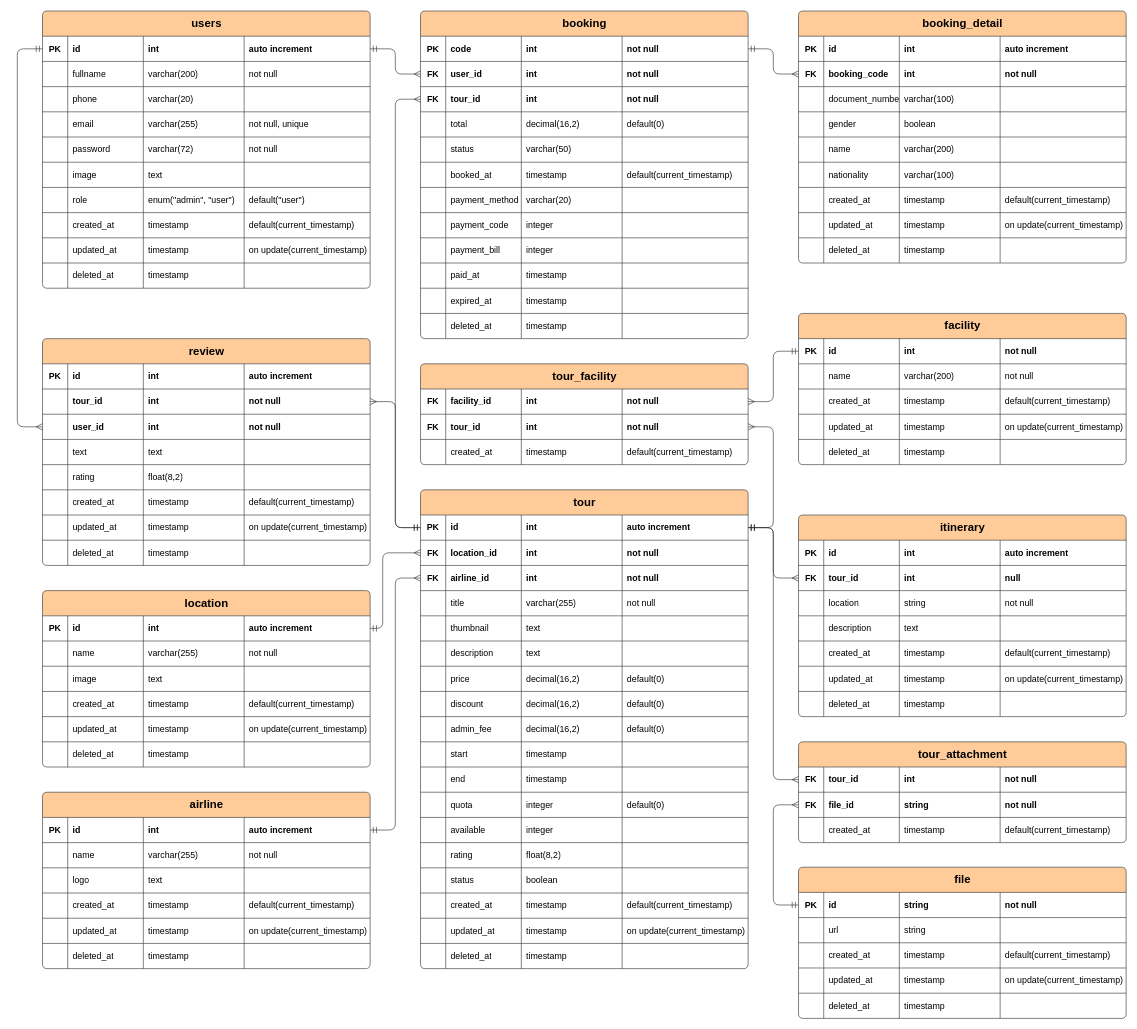
Earlier version of the draw.io diagram docs/erd.drawio (Wanderer-Asia/Wanderer-BE). Source tidied: cells renumbered, new cells numbered last; positions are measured from the earlier drawing's top-left corner, leaving out a move shared by most shapes. Both pictures are drawn from the tidied source at 63%, with x=0, y=0 at pixel (17, 11).
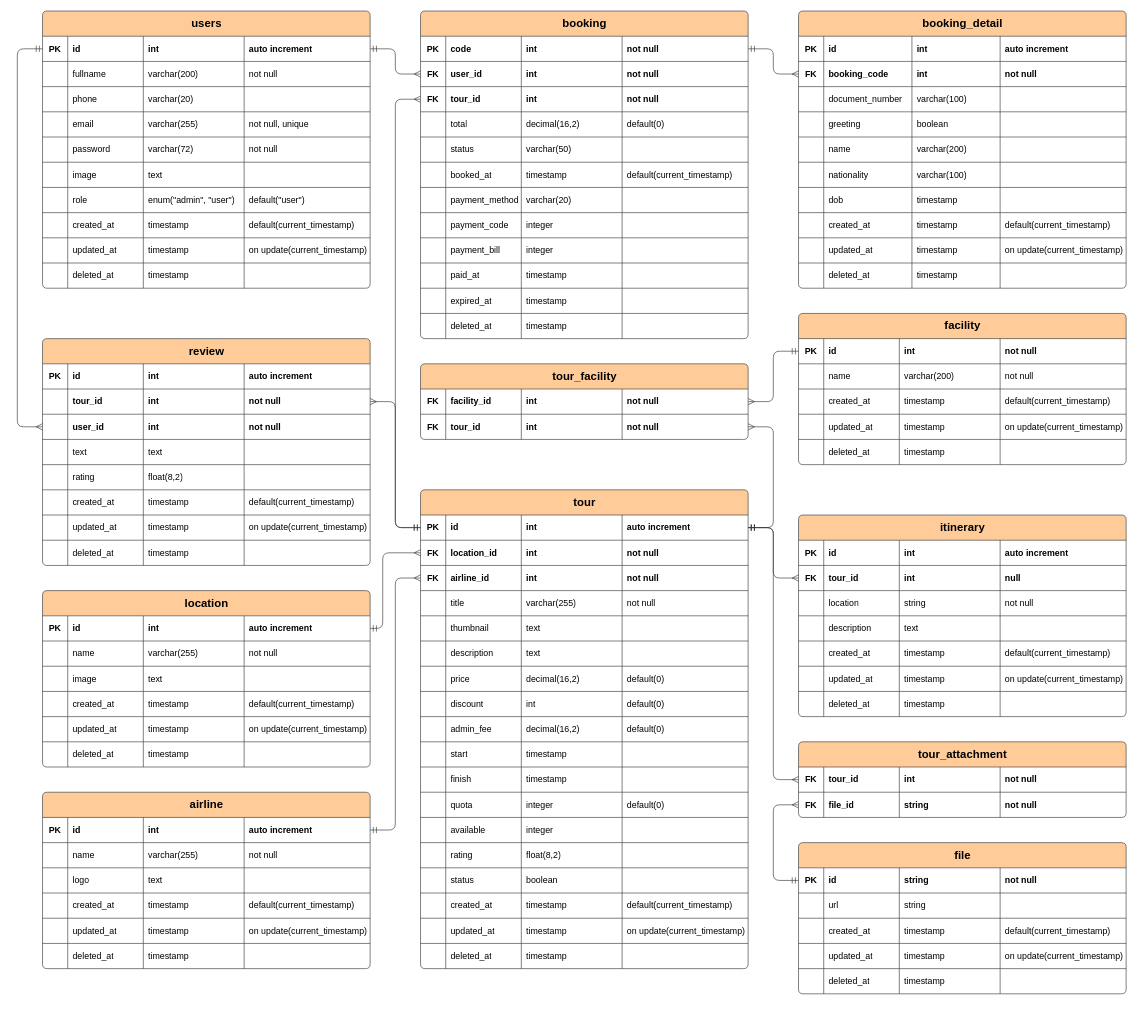
The same page after the edit.

Commit message (it also covers changes not shown here):
fixing erd field

Unchanged cells that the change refers to:
```xml
<mxCell id="89" style="shape=tableRow;horizontal=0;startSize=0;swimlaneHead=0;swimlaneBody=0;fillColor=none;top=0;left=0;right=0;bottom=0;fontSize=14;" parent="53" vertex="1">
  <mxGeometry y="320" width="520" height="40" as="geometry" />
</mxCell>
<mxCell id="104" style="shape=tableRow;horizontal=0;startSize=0;swimlaneHead=0;swimlaneBody=0;fillColor=none;top=0;left=0;right=0;bottom=0;fontSize=14;" parent="53" vertex="1">
  <mxGeometry y="440" width="520" height="40" as="geometry" />
</mxCell>
<mxCell id="176" style="shape=tableRow;horizontal=0;startSize=0;swimlaneHead=0;swimlaneBody=0;fillColor=none;points=[[0,0.5],[1,0.5]];portConstraint=eastwest;top=0;left=0;right=0;bottom=0;fontSize=14;" parent="175" vertex="1">
  <mxGeometry y="40" width="520" height="40" as="geometry" />
</mxCell>
<mxCell id="207" style="shape=tableRow;horizontal=0;startSize=0;swimlaneHead=0;swimlaneBody=0;fillColor=none;points=[[0,0.5],[1,0.5]];portConstraint=eastwest;top=0;left=0;right=0;bottom=0;fontSize=14;" parent="201" vertex="1">
  <mxGeometry y="80" width="520" height="40" as="geometry" />
</mxCell>
<mxCell id="346" style="shape=tableRow;horizontal=0;startSize=0;swimlaneHead=0;swimlaneBody=0;fillColor=none;top=0;left=0;right=0;bottom=0;fontSize=14;" parent="345" vertex="1">
  <mxGeometry y="40" width="520" height="40" as="geometry" />
</mxCell>
<mxCell id="351" style="shape=tableRow;horizontal=0;startSize=0;swimlaneHead=0;swimlaneBody=0;fillColor=none;points=[[0,0.5],[1,0.5]];portConstraint=eastwest;top=0;left=0;right=0;bottom=0;fontSize=14;" parent="345" vertex="1">
  <mxGeometry y="80" width="520" height="40" as="geometry" />
</mxCell>
<mxCell id="356" style="shape=tableRow;horizontal=0;startSize=0;swimlaneHead=0;swimlaneBody=0;fillColor=none;top=0;left=0;right=0;bottom=0;fontSize=14;" parent="345" vertex="1">
  <mxGeometry y="120" width="520" height="40" as="geometry" />
</mxCell>
<mxCell id="361" style="shape=tableRow;horizontal=0;startSize=0;swimlaneHead=0;swimlaneBody=0;fillColor=none;top=0;left=0;right=0;bottom=0;fontSize=14;" parent="345" vertex="1">
  <mxGeometry y="160" width="520" height="40" as="geometry" />
</mxCell>
<mxCell id="366" style="shape=tableRow;horizontal=0;startSize=0;swimlaneHead=0;swimlaneBody=0;fillColor=none;top=0;left=0;right=0;bottom=0;fontSize=14;" parent="345" vertex="1">
  <mxGeometry y="200" width="520" height="40" as="geometry" />
</mxCell>
<mxCell id="371" style="shape=tableRow;horizontal=0;startSize=0;swimlaneHead=0;swimlaneBody=0;fillColor=none;top=0;left=0;right=0;bottom=0;fontSize=14;" parent="345" vertex="1">
  <mxGeometry y="240" width="520" height="40" as="geometry" />
</mxCell>
```

Change to the diagram source:
```diff
@@
-    <mxCell id="92" value="decimal(16,2)" style="shape=partialRectangle;fillColor=none;top=0;left=0;bottom=0;right=0;align=left;spacingLeft=6;overflow=hidden;whiteSpace=wrap;html=1;fontSize=14;" parent="89" vertex="1">
+    <mxCell id="92" value="int" style="shape=partialRectangle;fillColor=none;top=0;left=0;bottom=0;right=0;align=left;spacingLeft=6;overflow=hidden;whiteSpace=wrap;html=1;fontSize=14;" parent="89" vertex="1">
       <mxGeometry x="160" width="160" height="40" as="geometry" />
     </mxCell>
@@
-    <mxCell id="106" value="end" style="shape=partialRectangle;fillColor=none;top=0;left=0;bottom=0;right=0;align=left;spacingLeft=6;overflow=hidden;whiteSpace=wrap;html=1;fontSize=14;" parent="104" vertex="1">
+    <mxCell id="106" value="finish" style="shape=partialRectangle;fillColor=none;top=0;left=0;bottom=0;right=0;align=left;spacingLeft=6;overflow=hidden;whiteSpace=wrap;html=1;fontSize=14;" parent="104" vertex="1">
       <mxGeometry x="40" width="120" height="40" as="geometry" />
     </mxCell>
@@
     <mxCell id="175" value="file" style="shape=table;startSize=40;childLayout=tableLayout;rowLines=1;fontStyle=1;align=center;html=1;fontSize=18;rounded=1;arcSize=6;fillColor=#ffcc99;strokeColor=#36393d;" parent="1" vertex="1">
-      <mxGeometry x="1240" y="1359" width="520" height="240" as="geometry" />
+      <mxGeometry x="1240" y="1320" width="520" height="240" as="geometry" />
     </mxCell>
@@
     <mxCell id="201" value="tour_attachment" style="shape=table;startSize=40;childLayout=tableLayout;rowLines=1;fontStyle=1;align=center;html=1;fontSize=18;rounded=1;arcSize=6;fillColor=#ffcc99;strokeColor=#36393d;" parent="1" vertex="1">
-      <mxGeometry x="1240" y="1160" width="520" height="160" as="geometry" />
+      <mxGeometry x="1240" y="1160" width="520" height="120" as="geometry" />
     </mxCell>
@@
-    <mxCell id="212" style="shape=tableRow;horizontal=0;startSize=0;swimlaneHead=0;swimlaneBody=0;fillColor=none;top=0;left=0;right=0;bottom=0;fontSize=14;" parent="201" vertex="1">
-      <mxGeometry y="120" width="520" height="40" as="geometry" />
-    </mxCell>
-    <mxCell id="213" style="shape=partialRectangle;fillColor=none;top=0;left=0;bottom=0;right=0;overflow=hidden;whiteSpace=wrap;html=1;fontSize=14;" parent="212" vertex="1">
-      <mxGeometry width="40" height="40" as="geometry" />
-    </mxCell>
-    <mxCell id="214" value="created_at" style="shape=partialRectangle;fillColor=none;top=0;left=0;bottom=0;right=0;align=left;spacingLeft=6;overflow=hidden;whiteSpace=wrap;html=1;fontSize=14;" parent="212" vertex="1">
-      <mxGeometry x="40" width="120" height="40" as="geometry" />
-    </mxCell>
-    <mxCell id="215" value="timestamp" style="shape=partialRectangle;fillColor=none;top=0;left=0;bottom=0;right=0;align=left;spacingLeft=6;overflow=hidden;whiteSpace=wrap;html=1;fontSize=14;" parent="212" vertex="1">
-      <mxGeometry x="160" width="160" height="40" as="geometry" />
-    </mxCell>
-    <mxCell id="216" value="default(current_timestamp)" style="shape=partialRectangle;fillColor=none;top=0;left=0;bottom=0;right=0;align=left;spacingLeft=6;overflow=hidden;whiteSpace=wrap;html=1;fontSize=14;" parent="212" vertex="1">
-      <mxGeometry x="320" width="200" height="40" as="geometry" />
-    </mxCell>
@@
     <mxCell id="345" value="booking_detail" style="shape=table;startSize=40;childLayout=tableLayout;rowLines=1;fontStyle=1;align=center;html=1;fontSize=18;rounded=1;arcSize=6;fillColor=#ffcc99;strokeColor=#36393d;" parent="1" vertex="1">
-      <mxGeometry x="1240" width="520" height="400" as="geometry" />
+      <mxGeometry x="1240" width="520" height="440" as="geometry" />
     </mxCell>
@@
     <mxCell id="348" value="id" style="shape=partialRectangle;fillColor=none;top=0;left=0;bottom=0;right=0;align=left;spacingLeft=6;overflow=hidden;whiteSpace=wrap;html=1;fontStyle=1;fontSize=14;" parent="346" vertex="1">
-      <mxGeometry x="40" width="120" height="40" as="geometry" />
+      <mxGeometry x="40" width="140" height="40" as="geometry" />
     </mxCell>
     <mxCell id="349" value="int" style="shape=partialRectangle;fillColor=none;top=0;left=0;bottom=0;right=0;align=left;spacingLeft=6;overflow=hidden;whiteSpace=wrap;html=1;fontStyle=1;fontSize=14;" parent="346" vertex="1">
-      <mxGeometry x="160" width="160" height="40" as="geometry" />
+      <mxGeometry x="180" width="140" height="40" as="geometry" />
     </mxCell>
@@
     <mxCell id="353" value="booking_code" style="shape=partialRectangle;fillColor=none;top=0;left=0;bottom=0;right=0;align=left;spacingLeft=6;overflow=hidden;whiteSpace=wrap;html=1;fontStyle=1;fontSize=14;" parent="351" vertex="1">
-      <mxGeometry x="40" width="120" height="40" as="geometry" />
+      <mxGeometry x="40" width="140" height="40" as="geometry" />
     </mxCell>
     <mxCell id="354" value="int" style="shape=partialRectangle;fillColor=none;top=0;left=0;bottom=0;right=0;align=left;spacingLeft=6;overflow=hidden;whiteSpace=wrap;html=1;fontStyle=1;fontSize=14;" parent="351" vertex="1">
-      <mxGeometry x="160" width="160" height="40" as="geometry" />
+      <mxGeometry x="180" width="140" height="40" as="geometry" />
     </mxCell>
@@
     <mxCell id="358" value="document_number" style="shape=partialRectangle;fillColor=none;top=0;left=0;bottom=0;right=0;align=left;spacingLeft=6;overflow=hidden;whiteSpace=wrap;html=1;fontSize=14;" parent="356" vertex="1">
-      <mxGeometry x="40" width="120" height="40" as="geometry" />
+      <mxGeometry x="40" width="140" height="40" as="geometry" />
     </mxCell>
     <mxCell id="359" value="varchar(100)" style="shape=partialRectangle;fillColor=none;top=0;left=0;bottom=0;right=0;align=left;spacingLeft=6;overflow=hidden;whiteSpace=wrap;html=1;fontSize=14;" parent="356" vertex="1">
-      <mxGeometry x="160" width="160" height="40" as="geometry" />
+      <mxGeometry x="180" width="140" height="40" as="geometry" />
     </mxCell>
@@
-    <mxCell id="363" value="gender" style="shape=partialRectangle;fillColor=none;top=0;left=0;bottom=0;right=0;align=left;spacingLeft=6;overflow=hidden;whiteSpace=wrap;html=1;fontSize=14;" parent="361" vertex="1">
-      <mxGeometry x="40" width="120" height="40" as="geometry" />
+    <mxCell id="363" value="greeting" style="shape=partialRectangle;fillColor=none;top=0;left=0;bottom=0;right=0;align=left;spacingLeft=6;overflow=hidden;whiteSpace=wrap;html=1;fontSize=14;" parent="361" vertex="1">
+      <mxGeometry x="40" width="140" height="40" as="geometry" />
     </mxCell>
     <mxCell id="364" value="boolean" style="shape=partialRectangle;fillColor=none;top=0;left=0;bottom=0;right=0;align=left;spacingLeft=6;overflow=hidden;whiteSpace=wrap;html=1;fontSize=14;" parent="361" vertex="1">
-      <mxGeometry x="160" width="160" height="40" as="geometry" />
+      <mxGeometry x="180" width="140" height="40" as="geometry" />
     </mxCell>
@@
     <mxCell id="368" value="name" style="shape=partialRectangle;fillColor=none;top=0;left=0;bottom=0;right=0;align=left;spacingLeft=6;overflow=hidden;whiteSpace=wrap;html=1;fontSize=14;" parent="366" vertex="1">
-      <mxGeometry x="40" width="120" height="40" as="geometry" />
+      <mxGeometry x="40" width="140" height="40" as="geometry" />
     </mxCell>
     <mxCell id="369" value="varchar(200)" style="shape=partialRectangle;fillColor=none;top=0;left=0;bottom=0;right=0;align=left;spacingLeft=6;overflow=hidden;whiteSpace=wrap;html=1;fontSize=14;" parent="366" vertex="1">
-      <mxGeometry x="160" width="160" height="40" as="geometry" />
+      <mxGeometry x="180" width="140" height="40" as="geometry" />
     </mxCell>
@@
     <mxCell id="373" value="nationality" style="shape=partialRectangle;fillColor=none;top=0;left=0;bottom=0;right=0;align=left;spacingLeft=6;overflow=hidden;whiteSpace=wrap;html=1;fontSize=14;" parent="371" vertex="1">
-      <mxGeometry x="40" width="120" height="40" as="geometry" />
+      <mxGeometry x="40" width="140" height="40" as="geometry" />
     </mxCell>
     <mxCell id="374" value="varchar(100)" style="shape=partialRectangle;fillColor=none;top=0;left=0;bottom=0;right=0;align=left;spacingLeft=6;overflow=hidden;whiteSpace=wrap;html=1;fontSize=14;" parent="371" vertex="1">
-      <mxGeometry x="160" width="160" height="40" as="geometry" />
+      <mxGeometry x="180" width="140" height="40" as="geometry" />
     </mxCell>
@@
+    <mxCell id="486" style="shape=tableRow;horizontal=0;startSize=0;swimlaneHead=0;swimlaneBody=0;fillColor=none;top=0;left=0;right=0;bottom=0;fontSize=14;" parent="345" vertex="1">
+      <mxGeometry y="280" width="520" height="40" as="geometry" />
+    </mxCell>
+    <mxCell id="487" style="shape=partialRectangle;fillColor=none;top=0;left=0;bottom=0;right=0;overflow=hidden;whiteSpace=wrap;html=1;fontSize=14;" parent="486" vertex="1">
+      <mxGeometry width="40" height="40" as="geometry" />
+    </mxCell>
+    <mxCell id="488" value="dob" style="shape=partialRectangle;fillColor=none;top=0;left=0;bottom=0;right=0;align=left;spacingLeft=6;overflow=hidden;whiteSpace=wrap;html=1;fontSize=14;" parent="486" vertex="1">
+      <mxGeometry x="40" width="140" height="40" as="geometry" />
+    </mxCell>
+    <mxCell id="489" value="timestamp" style="shape=partialRectangle;fillColor=none;top=0;left=0;bottom=0;right=0;align=left;spacingLeft=6;overflow=hidden;whiteSpace=wrap;html=1;fontSize=14;" parent="486" vertex="1">
+      <mxGeometry x="180" width="140" height="40" as="geometry" />
+    </mxCell>
+    <mxCell id="490" style="shape=partialRectangle;fillColor=none;top=0;left=0;bottom=0;right=0;align=left;spacingLeft=6;overflow=hidden;whiteSpace=wrap;html=1;fontSize=14;" parent="486" vertex="1">
+      <mxGeometry x="320" width="200" height="40" as="geometry" />
+    </mxCell>
     <mxCell id="376" style="shape=tableRow;horizontal=0;startSize=0;swimlaneHead=0;swimlaneBody=0;fillColor=none;top=0;left=0;right=0;bottom=0;fontSize=14;" parent="345" vertex="1">
-      <mxGeometry y="280" width="520" height="40" as="geometry" />
+      <mxGeometry y="320" width="520" height="40" as="geometry" />
     </mxCell>
@@
     <mxCell id="378" value="created_at" style="shape=partialRectangle;fillColor=none;top=0;left=0;bottom=0;right=0;align=left;spacingLeft=6;overflow=hidden;whiteSpace=wrap;html=1;fontSize=14;" parent="376" vertex="1">
-      <mxGeometry x="40" width="120" height="40" as="geometry" />
+      <mxGeometry x="40" width="140" height="40" as="geometry" />
     </mxCell>
     <mxCell id="379" value="timestamp" style="shape=partialRectangle;fillColor=none;top=0;left=0;bottom=0;right=0;align=left;spacingLeft=6;overflow=hidden;whiteSpace=wrap;html=1;fontSize=14;" parent="376" vertex="1">
-      <mxGeometry x="160" width="160" height="40" as="geometry" />
+      <mxGeometry x="180" width="140" height="40" as="geometry" />
     </mxCell>
@@
     <mxCell id="381" style="shape=tableRow;horizontal=0;startSize=0;swimlaneHead=0;swimlaneBody=0;fillColor=none;top=0;left=0;right=0;bottom=0;fontSize=14;" parent="345" vertex="1">
-      <mxGeometry y="320" width="520" height="40" as="geometry" />
+      <mxGeometry y="360" width="520" height="40" as="geometry" />
     </mxCell>
@@
     <mxCell id="383" value="updated_at" style="shape=partialRectangle;fillColor=none;top=0;left=0;bottom=0;right=0;align=left;spacingLeft=6;overflow=hidden;whiteSpace=wrap;html=1;fontSize=14;" parent="381" vertex="1">
-      <mxGeometry x="40" width="120" height="40" as="geometry" />
+      <mxGeometry x="40" width="140" height="40" as="geometry" />
     </mxCell>
     <mxCell id="384" value="timestamp" style="shape=partialRectangle;fillColor=none;top=0;left=0;bottom=0;right=0;align=left;spacingLeft=6;overflow=hidden;whiteSpace=wrap;html=1;fontSize=14;" parent="381" vertex="1">
-      <mxGeometry x="160" width="160" height="40" as="geometry" />
+      <mxGeometry x="180" width="140" height="40" as="geometry" />
     </mxCell>
@@
     <mxCell id="386" style="shape=tableRow;horizontal=0;startSize=0;swimlaneHead=0;swimlaneBody=0;fillColor=none;top=0;left=0;right=0;bottom=0;fontSize=14;" parent="345" vertex="1">
-      <mxGeometry y="360" width="520" height="40" as="geometry" />
+      <mxGeometry y="400" width="520" height="40" as="geometry" />
     </mxCell>
@@
     <mxCell id="388" value="deleted_at" style="shape=partialRectangle;fillColor=none;top=0;left=0;bottom=0;right=0;align=left;spacingLeft=6;overflow=hidden;whiteSpace=wrap;html=1;fontSize=14;" parent="386" vertex="1">
-      <mxGeometry x="40" width="120" height="40" as="geometry" />
+      <mxGeometry x="40" width="140" height="40" as="geometry" />
     </mxCell>
     <mxCell id="389" value="timestamp" style="shape=partialRectangle;fillColor=none;top=0;left=0;bottom=0;right=0;align=left;spacingLeft=6;overflow=hidden;whiteSpace=wrap;html=1;fontSize=14;" parent="386" vertex="1">
-      <mxGeometry x="160" width="160" height="40" as="geometry" />
+      <mxGeometry x="180" width="140" height="40" as="geometry" />
     </mxCell>
@@
     <mxCell id="437" style="edgeStyle=orthogonalEdgeStyle;shape=connector;rounded=1;jumpSize=8;jettySize=auto;html=1;labelBackgroundColor=default;strokeColor=#333333;strokeWidth=1;align=center;verticalAlign=middle;fontFamily=Helvetica;fontSize=14;fontColor=default;startArrow=ERmandOne;startFill=0;endArrow=ERmany;endFill=0;startSize=8;endSize=8;" parent="1" edge="1" source="176" target="207">
       <mxGeometry relative="1" as="geometry">
         <Array as="points">
-          <mxPoint x="1200" y="1419" />
+          <mxPoint x="1200" y="1380" />
           <mxPoint x="1200" y="1260" />
         </Array>
       </mxGeometry>
     </mxCell>
@@
     <mxCell id="464" value="tour_facility" style="shape=table;startSize=40;childLayout=tableLayout;rowLines=1;fontStyle=1;align=center;html=1;fontSize=18;rounded=1;arcSize=6;fillColor=#ffcc99;strokeColor=#36393d;" parent="1" vertex="1">
-      <mxGeometry x="640" y="560" width="520" height="160" as="geometry" />
+      <mxGeometry x="640" y="560" width="520" height="120" as="geometry" />
     </mxCell>
@@
-    <mxCell id="475" style="shape=tableRow;horizontal=0;startSize=0;swimlaneHead=0;swimlaneBody=0;fillColor=none;top=0;left=0;right=0;bottom=0;fontSize=14;" parent="464" vertex="1">
-      <mxGeometry y="120" width="520" height="40" as="geometry" />
-    </mxCell>
-    <mxCell id="476" style="shape=partialRectangle;fillColor=none;top=0;left=0;bottom=0;right=0;overflow=hidden;whiteSpace=wrap;html=1;fontSize=14;" parent="475" vertex="1">
-      <mxGeometry width="40" height="40" as="geometry" />
-    </mxCell>
-    <mxCell id="477" value="created_at" style="shape=partialRectangle;fillColor=none;top=0;left=0;bottom=0;right=0;align=left;spacingLeft=6;overflow=hidden;whiteSpace=wrap;html=1;fontSize=14;" parent="475" vertex="1">
-      <mxGeometry x="40" width="120" height="40" as="geometry" />
-    </mxCell>
-    <mxCell id="478" value="timestamp" style="shape=partialRectangle;fillColor=none;top=0;left=0;bottom=0;right=0;align=left;spacingLeft=6;overflow=hidden;whiteSpace=wrap;html=1;fontSize=14;" parent="475" vertex="1">
-      <mxGeometry x="160" width="160" height="40" as="geometry" />
-    </mxCell>
-    <mxCell id="479" value="default(current_timestamp)" style="shape=partialRectangle;fillColor=none;top=0;left=0;bottom=0;right=0;align=left;spacingLeft=6;overflow=hidden;whiteSpace=wrap;html=1;fontSize=14;" parent="475" vertex="1">
-      <mxGeometry x="320" width="200" height="40" as="geometry" />
-    </mxCell>
```
